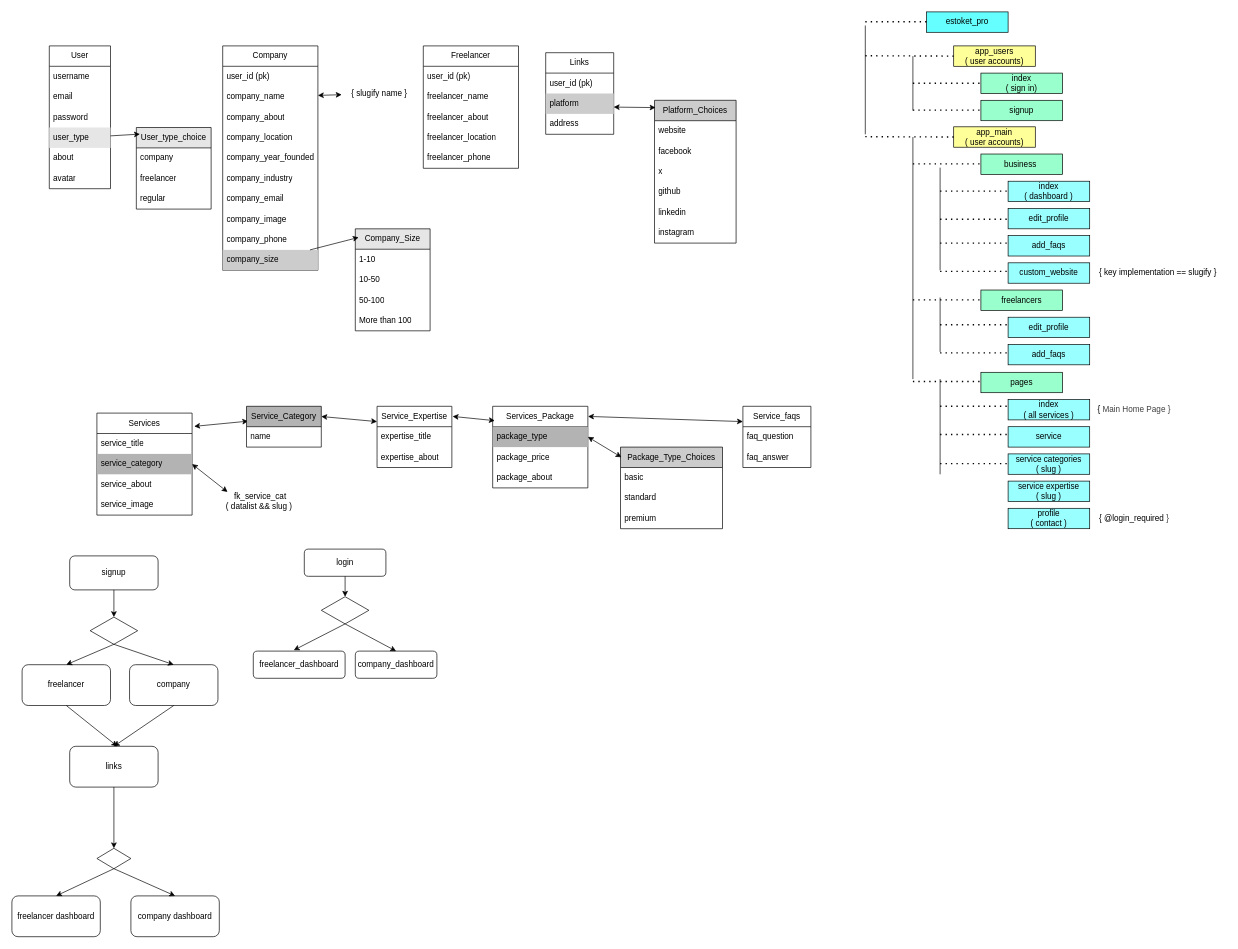
Before: z_proto.drawio in I-AGBLE/estoket_pro, a draw.io diagram. Source tidied: cells renumbered, new cells numbered last; positions are measured from the earlier drawing's top-left corner, leaving out a move shared by most shapes. Both pictures are drawn from the tidied source at 68%, with x=0, y=0 at pixel (12, 12).
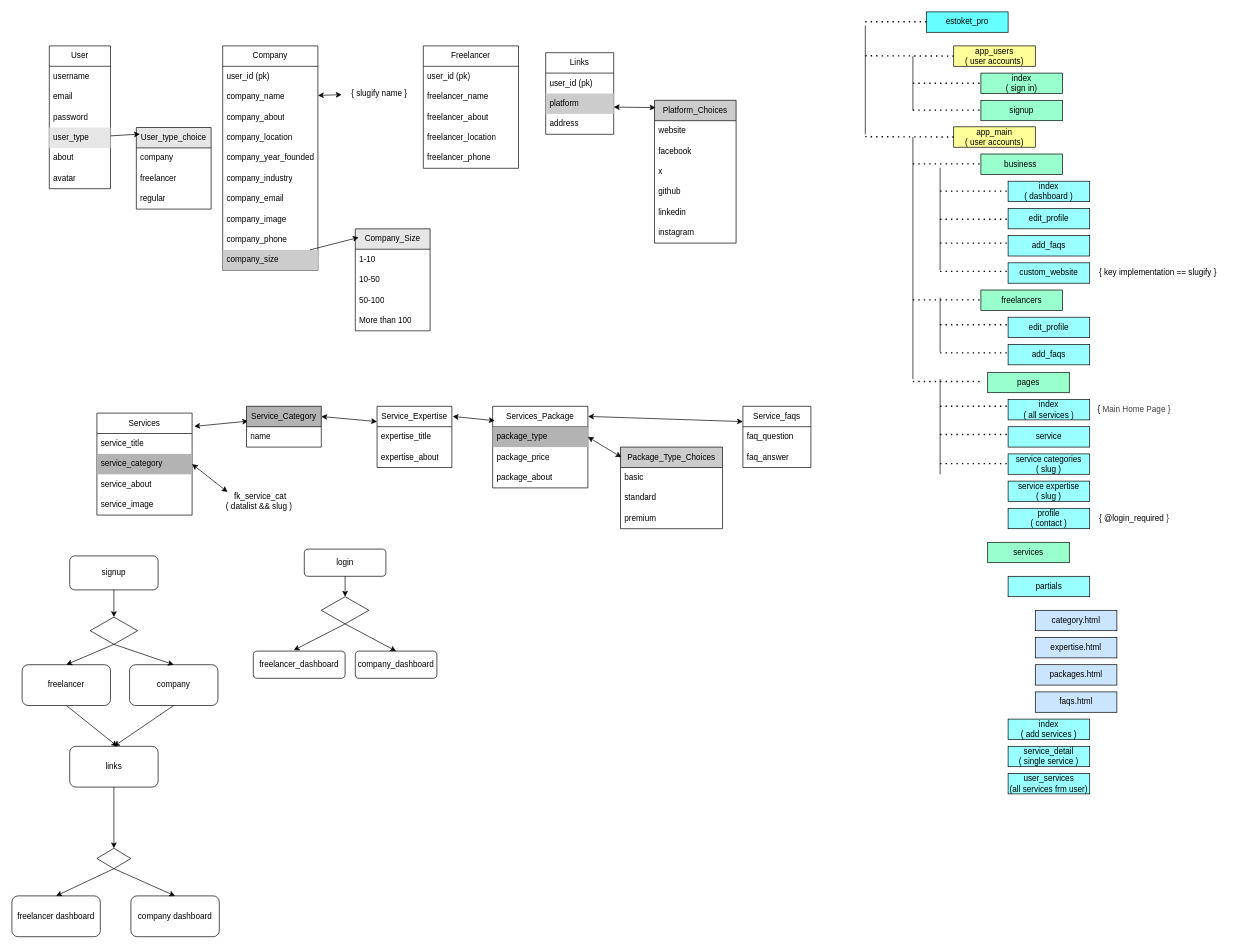
Above is the later version.

What changed in the source:
```diff
@@
-    <mxCell id="94" value="&lt;div&gt;&lt;span style=&quot;background-color: transparent;&quot;&gt;&lt;font color=&quot;#000000&quot;&gt;pages&lt;/font&gt;&lt;/span&gt;&lt;/div&gt;" style="rounded=0;whiteSpace=wrap;html=1;fillColor=#99FFCC;" parent="1" vertex="1">
-      <mxGeometry x="1425" y="530" width="120" height="30" as="geometry" />
+    <mxCell id="94" value="&lt;div&gt;&lt;span style=&quot;background-color: transparent;&quot;&gt;&lt;font color=&quot;#000000&quot;&gt;services&lt;/font&gt;&lt;/span&gt;&lt;/div&gt;" style="rounded=0;whiteSpace=wrap;html=1;fillColor=#99FFCC;" parent="1" vertex="1">
+      <mxGeometry x="1435" y="780" width="120" height="30" as="geometry" />
     </mxCell>
@@
+    <mxCell id="150" value="&lt;div&gt;&lt;span style=&quot;background-color: transparent;&quot;&gt;&lt;font color=&quot;#000000&quot;&gt;pages&lt;/font&gt;&lt;/span&gt;&lt;/div&gt;" style="rounded=0;whiteSpace=wrap;html=1;fillColor=#99FFCC;" parent="1" vertex="1">
+      <mxGeometry x="1435" y="530" width="120" height="30" as="geometry" />
+    </mxCell>
+    <mxCell id="151" value="&lt;div&gt;&lt;font color=&quot;#000000&quot;&gt;partials&lt;/font&gt;&lt;/div&gt;" style="rounded=0;whiteSpace=wrap;html=1;fillColor=#99FFFF;" parent="1" vertex="1">
+      <mxGeometry x="1465" y="830" width="120" height="30" as="geometry" />
+    </mxCell>
+    <mxCell id="152" value="&lt;div&gt;&lt;font color=&quot;#000000&quot;&gt;category.html&lt;/font&gt;&lt;/div&gt;" style="rounded=0;whiteSpace=wrap;html=1;fillColor=#CCE5FF;" parent="1" vertex="1">
+      <mxGeometry x="1505" y="880" width="120" height="30" as="geometry" />
+    </mxCell>
+    <mxCell id="153" value="&lt;div&gt;&lt;font color=&quot;#000000&quot;&gt;expertise.html&lt;/font&gt;&lt;/div&gt;" style="rounded=0;whiteSpace=wrap;html=1;fillColor=#CCE5FF;" parent="1" vertex="1">
+      <mxGeometry x="1505" y="920" width="120" height="30" as="geometry" />
+    </mxCell>
+    <mxCell id="154" value="&lt;div&gt;&lt;font color=&quot;#000000&quot;&gt;packages.html&lt;/font&gt;&lt;/div&gt;" style="rounded=0;whiteSpace=wrap;html=1;fillColor=#CCE5FF;" parent="1" vertex="1">
+      <mxGeometry x="1505" y="960" width="120" height="30" as="geometry" />
+    </mxCell>
+    <mxCell id="155" value="&lt;div&gt;&lt;font color=&quot;#000000&quot;&gt;faqs.html&lt;/font&gt;&lt;/div&gt;" style="rounded=0;whiteSpace=wrap;html=1;fillColor=#CCE5FF;" parent="1" vertex="1">
+      <mxGeometry x="1505" y="1000" width="120" height="30" as="geometry" />
+    </mxCell>
+    <mxCell id="156" value="&lt;div&gt;&lt;font color=&quot;#000000&quot;&gt;index&lt;/font&gt;&lt;/div&gt;&lt;div&gt;&lt;font color=&quot;#000000&quot;&gt;( add services )&lt;/font&gt;&lt;/div&gt;" style="rounded=0;whiteSpace=wrap;html=1;fillColor=#99FFFF;" parent="1" vertex="1">
+      <mxGeometry x="1465" y="1040" width="120" height="30" as="geometry" />
+    </mxCell>
+    <mxCell id="157" value="&lt;div&gt;&lt;font color=&quot;#000000&quot;&gt;service_detail&lt;/font&gt;&lt;/div&gt;&lt;div&gt;&lt;font color=&quot;#000000&quot;&gt;( single service )&lt;/font&gt;&lt;/div&gt;" style="rounded=0;whiteSpace=wrap;html=1;fillColor=#99FFFF;" parent="1" vertex="1">
+      <mxGeometry x="1465" y="1080" width="120" height="30" as="geometry" />
+    </mxCell>
+    <mxCell id="158" value="user_services&lt;div&gt;(all services frm user)&lt;/div&gt;" style="rounded=0;whiteSpace=wrap;html=1;fillColor=#99FFFF;" parent="1" vertex="1">
+      <mxGeometry x="1465" y="1120" width="120" height="30" as="geometry" />
+    </mxCell>
```
